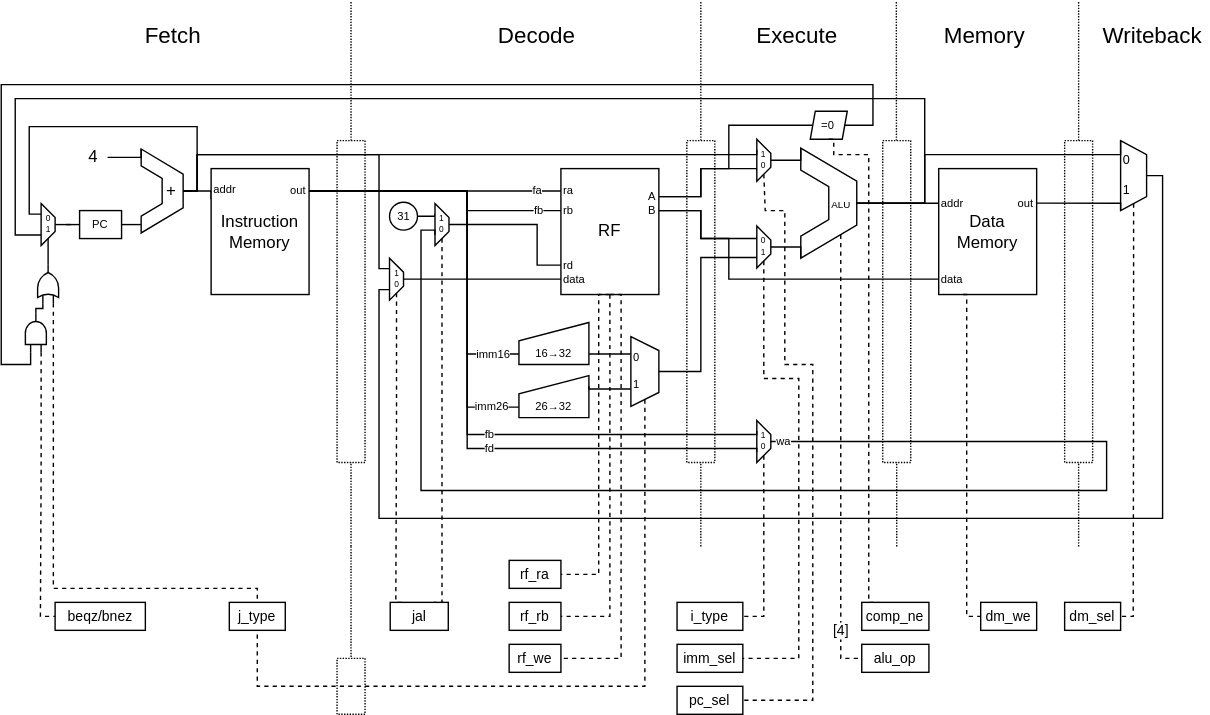
This is doc/datapath.svg from simoneruffini/MELA, a draw.io export, as it was before one commit. Source tidied: cells renumbered, new cells last; positions are measured from the earlier drawing's top-left corner, leaving out a move shared by most shapes.
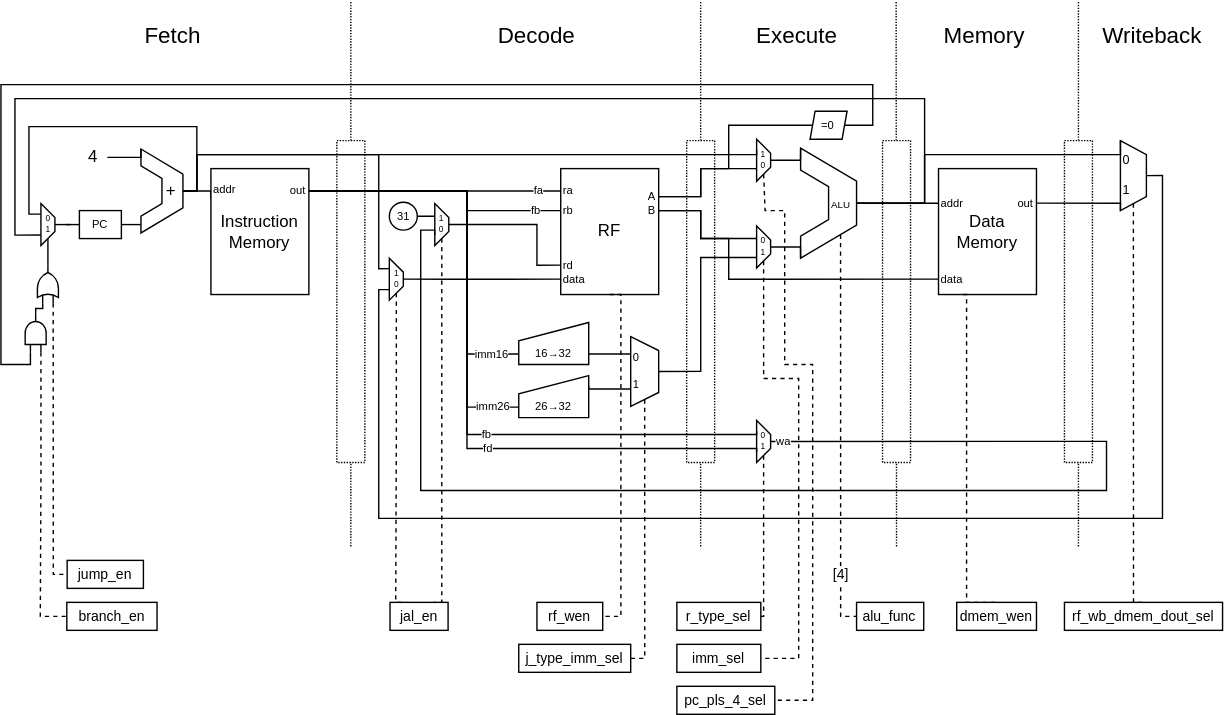
After the commit.

Commit message:
doc: update control signals

Change to the diagram source:
```diff
@@ -220,7 +220,7 @@
         </Array>
       </mxGeometry>
     </mxCell>
-    <mxCell id="45" value="1&lt;br&gt;0" style="shape=trapezoid;perimeter=trapezoidPerimeter;whiteSpace=wrap;html=1;fixedSize=1;fontSize=6;rotation=0;size=10;textRotation=90;direction=south;" parent="1" vertex="1">
+    <mxCell id="45" value="0&lt;br&gt;1" style="shape=trapezoid;perimeter=trapezoidPerimeter;whiteSpace=wrap;html=1;fixedSize=1;fontSize=6;rotation=0;size=10;textRotation=90;direction=south;" parent="1" vertex="1">
       <mxGeometry x="540" y="300" width="10" height="30" as="geometry" />
     </mxCell>
     <mxCell id="46" value="fb" style="edgeStyle=orthogonalEdgeStyle;rounded=0;jettySize=auto;html=1;exitX=1;exitY=0.5;exitDx=0;exitDy=0;fontSize=8;endArrow=none;endFill=0;entryX=0.25;entryY=1;entryDx=0;entryDy=0;align=left;" parent="1" edge="1" source="26" target="45">
@@ -419,24 +419,13 @@
       <mxGeometry x="783" y="10" width="80" height="30" as="geometry" />
     </mxCell>
     <mxCell id="86" value="Control signals" parent="0" />
-    <mxCell id="87" style="rounded=0;whiteSpace=wrap;html=1;dashed=1;dashPattern=1 1;labelBackgroundColor=default;" parent="86" vertex="1">
-      <mxGeometry x="240" y="470" width="20" height="40" as="geometry" />
-    </mxCell>
     <mxCell id="88" value="[4]" style="edgeStyle=orthogonalEdgeStyle;rounded=0;jettySize=auto;html=1;exitX=0.714;exitY=0.787;exitDx=0;exitDy=0;dashed=1;fontSize=10;startArrow=none;startFill=0;endArrow=none;endFill=0;exitPerimeter=0;labelBackgroundColor=default;entryX=0;entryY=0.5;entryDx=0;entryDy=0;" parent="86" edge="1" source="50" target="112">
-      <mxGeometry x="0.78" relative="1" as="geometry">
+      <mxGeometry x="0.71" relative="1" as="geometry">
         <Array as="points">
-          <mxPoint x="600" y="470" />
+          <mxPoint x="600" y="440" />
         </Array>
       </mxGeometry>
     </mxCell>
-    <mxCell id="89" style="edgeStyle=orthogonalEdgeStyle;rounded=0;jettySize=auto;html=1;exitX=0;exitY=0.75;exitDx=0;exitDy=0;exitPerimeter=0;fontSize=9;startArrow=none;startFill=0;endArrow=none;endFill=0;dashed=1;entryX=0.5;entryY=0;entryDx=0;entryDy=0;" parent="86" edge="1" source="14" target="102">
-      <mxGeometry relative="1" as="geometry">
-        <Array as="points">
-          <mxPoint x="37" y="420" />
-          <mxPoint x="183" y="420" />
-        </Array>
-      </mxGeometry>
-    </mxCell>
     <mxCell id="90" style="edgeStyle=orthogonalEdgeStyle;rounded=0;jettySize=auto;html=1;exitX=1;exitY=0.5;exitDx=0;exitDy=0;dashed=1;fontSize=9;startArrow=none;startFill=0;endArrow=none;endFill=0;entryX=0.25;entryY=0;entryDx=0;entryDy=0;" parent="86" edge="1" source="33" target="105">
       <mxGeometry relative="1" as="geometry">
         <Array as="points">
@@ -453,11 +442,10 @@
         </Array>
       </mxGeometry>
     </mxCell>
-    <mxCell id="92" style="edgeStyle=orthogonalEdgeStyle;rounded=0;jettySize=auto;html=1;exitX=1;exitY=0.5;exitDx=0;exitDy=0;dashed=1;fontSize=9;startArrow=none;startFill=0;endArrow=none;endFill=0;entryX=0.5;entryY=1;entryDx=0;entryDy=0;" parent="86" edge="1" source="40" target="102">
+    <mxCell id="92" style="edgeStyle=orthogonalEdgeStyle;rounded=0;jettySize=auto;html=1;exitX=1;exitY=0.5;exitDx=0;exitDy=0;dashed=1;fontSize=9;startArrow=none;startFill=0;endArrow=none;endFill=0;entryX=1;entryY=0.5;entryDx=0;entryDy=0;" parent="86" edge="1" source="40" target="102">
       <mxGeometry relative="1" as="geometry">
         <Array as="points">
-          <mxPoint x="460" y="490" />
-          <mxPoint x="183" y="490" />
+          <mxPoint x="460" y="470" />
         </Array>
       </mxGeometry>
     </mxCell>
@@ -489,56 +477,34 @@
         </Array>
       </mxGeometry>
     </mxCell>
-    <mxCell id="96" style="edgeStyle=orthogonalEdgeStyle;rounded=0;jettySize=auto;html=1;exitX=0.5;exitY=1;exitDx=0;exitDy=0;dashed=1;fontSize=9;startArrow=none;startFill=0;endArrow=none;endFill=0;entryX=0.25;entryY=0;entryDx=0;entryDy=0;" parent="86" edge="1" source="57" target="113">
-      <mxGeometry relative="1" as="geometry">
-        <Array as="points">
-          <mxPoint x="595" y="99" />
-          <mxPoint x="595" y="110" />
-          <mxPoint x="620" y="110" />
-          <mxPoint x="620" y="430" />
-        </Array>
-      </mxGeometry>
-    </mxCell>
-    <mxCell id="97" style="edgeStyle=orthogonalEdgeStyle;rounded=0;jettySize=auto;html=1;exitX=0.5;exitY=1;exitDx=0;exitDy=0;dashed=1;fontSize=9;startArrow=none;startFill=0;endArrow=none;endFill=0;entryX=1;entryY=0.5;entryDx=0;entryDy=0;" parent="86" edge="1" source="74" target="107">
-      <mxGeometry relative="1" as="geometry" />
-    </mxCell>
-    <mxCell id="98" style="edgeStyle=orthogonalEdgeStyle;rounded=0;jettySize=auto;html=1;exitX=0.5;exitY=1;exitDx=0;exitDy=0;dashed=1;fontSize=9;startArrow=none;startFill=0;endArrow=none;endFill=0;entryX=1;entryY=0.5;entryDx=0;entryDy=0;" parent="86" edge="1" source="74" target="106">
-      <mxGeometry relative="1" as="geometry">
-        <Array as="points">
-          <mxPoint x="427" y="210" />
-          <mxPoint x="427" y="410" />
-        </Array>
-      </mxGeometry>
-    </mxCell>
     <mxCell id="99" style="edgeStyle=orthogonalEdgeStyle;rounded=0;jettySize=auto;html=1;exitX=0.5;exitY=1;exitDx=0;exitDy=0;dashed=1;fontSize=9;startArrow=none;startFill=0;endArrow=none;endFill=0;entryX=1;entryY=0.5;entryDx=0;entryDy=0;" parent="86" edge="1" source="74" target="108">
       <mxGeometry relative="1" as="geometry">
         <Array as="points">
           <mxPoint x="443" y="210" />
-          <mxPoint x="443" y="470" />
+          <mxPoint x="443" y="440" />
         </Array>
       </mxGeometry>
     </mxCell>
-    <mxCell id="100" style="edgeStyle=orthogonalEdgeStyle;rounded=0;jettySize=auto;html=1;exitX=0.25;exitY=1;exitDx=0;exitDy=0;dashed=1;fontSize=9;startArrow=none;startFill=0;endArrow=none;endFill=0;entryX=0;entryY=0.5;entryDx=0;entryDy=0;" parent="86" edge="1" source="69" target="114">
+    <mxCell id="100" style="edgeStyle=orthogonalEdgeStyle;rounded=0;jettySize=auto;html=1;exitX=0.25;exitY=1;exitDx=0;exitDy=0;dashed=1;fontSize=9;startArrow=none;startFill=0;endArrow=none;endFill=0;entryX=0.5;entryY=0;entryDx=0;entryDy=0;" parent="86" edge="1" source="69" target="114">
       <mxGeometry relative="1" as="geometry">
         <Array as="points">
           <mxPoint x="690" y="210" />
-          <mxPoint x="690" y="440" />
+          <mxPoint x="690" y="430" />
         </Array>
       </mxGeometry>
     </mxCell>
-    <mxCell id="101" style="edgeStyle=orthogonalEdgeStyle;rounded=0;jettySize=auto;html=1;exitX=1;exitY=0.5;exitDx=0;exitDy=0;dashed=1;fontSize=9;startArrow=none;startFill=0;endArrow=none;endFill=0;entryX=1;entryY=0.5;entryDx=0;entryDy=0;" parent="86" edge="1" source="61" target="115">
+    <mxCell id="101" style="edgeStyle=orthogonalEdgeStyle;rounded=0;jettySize=auto;html=1;exitX=1;exitY=0.5;exitDx=0;exitDy=0;dashed=1;fontSize=9;startArrow=none;startFill=0;endArrow=none;endFill=0;entryX=0.5;entryY=0;entryDx=0;entryDy=0;" parent="86" edge="1" source="61" target="115">
       <mxGeometry relative="1" as="geometry">
         <Array as="points">
-          <mxPoint x="809" y="295" />
-          <mxPoint x="809" y="440" />
+          <mxPoint x="809" y="430" />
         </Array>
       </mxGeometry>
     </mxCell>
-    <mxCell id="102" value="j_type" style="rounded=0;whiteSpace=wrap;html=1;shadow=0;sketch=0;fillStyle=solid;fontSize=10;strokeColor=default;fillColor=default;gradientColor=none;" parent="86" vertex="1">
-      <mxGeometry x="163" y="430" width="40" height="20" as="geometry" />
+    <mxCell id="102" value="j_type_imm_sel" style="rounded=0;whiteSpace=wrap;html=1;shadow=0;sketch=0;fillStyle=solid;fontSize=10;strokeColor=default;fillColor=default;gradientColor=none;" parent="86" vertex="1">
+      <mxGeometry x="370" y="460" width="80" height="20" as="geometry" />
     </mxCell>
-    <mxCell id="103" value="beqz/bnez" style="rounded=0;whiteSpace=wrap;html=1;shadow=0;sketch=0;fillStyle=solid;fontSize=10;strokeColor=default;fillColor=default;gradientColor=none;" parent="86" vertex="1">
-      <mxGeometry x="38.5" y="430" width="64.5" height="20" as="geometry" />
+    <mxCell id="103" value="branch_en" style="rounded=0;whiteSpace=wrap;html=1;shadow=0;sketch=0;fillStyle=solid;fontSize=10;strokeColor=default;fillColor=default;gradientColor=none;" parent="86" vertex="1">
+      <mxGeometry x="47" y="430" width="64.5" height="20" as="geometry" />
     </mxCell>
     <mxCell id="104" style="edgeStyle=orthogonalEdgeStyle;rounded=0;jettySize=auto;html=1;exitX=0;exitY=0.75;exitDx=0;exitDy=0;exitPerimeter=0;entryX=0;entryY=0.5;entryDx=0;entryDy=0;dashed=1;labelBackgroundColor=default;fontSize=10;startArrow=none;startFill=0;endArrow=none;endFill=0;" parent="86" edge="1" source="16" target="103">
       <mxGeometry relative="1" as="geometry">
@@ -549,43 +515,39 @@
         </Array>
       </mxGeometry>
     </mxCell>
-    <mxCell id="105" value="jal" style="rounded=0;whiteSpace=wrap;html=1;shadow=0;sketch=0;fillStyle=solid;fontSize=10;strokeColor=default;fillColor=default;gradientColor=none;" parent="86" vertex="1">
+    <mxCell id="105" value="jal_en" style="rounded=0;whiteSpace=wrap;html=1;shadow=0;sketch=0;fillStyle=solid;fontSize=10;strokeColor=default;fillColor=default;gradientColor=none;" parent="86" vertex="1">
       <mxGeometry x="278" y="430" width="41.5" height="20" as="geometry" />
     </mxCell>
-    <mxCell id="106" value="rf_ra" style="rounded=0;whiteSpace=wrap;html=1;shadow=0;sketch=0;fillStyle=solid;fontSize=10;strokeColor=default;fillColor=default;gradientColor=none;" parent="86" vertex="1">
-      <mxGeometry x="363" y="400" width="37" height="20" as="geometry" />
-    </mxCell>
-    <mxCell id="107" value="rf_rb" style="rounded=0;whiteSpace=wrap;html=1;shadow=0;sketch=0;fillStyle=solid;fontSize=10;strokeColor=default;fillColor=default;gradientColor=none;" parent="86" vertex="1">
-      <mxGeometry x="363" y="430" width="37" height="20" as="geometry" />
-    </mxCell>
-    <mxCell id="108" value="rf_we" style="rounded=0;whiteSpace=wrap;html=1;shadow=0;sketch=0;fillStyle=solid;fontSize=10;strokeColor=default;fillColor=default;gradientColor=none;" parent="86" vertex="1">
-      <mxGeometry x="363" y="460" width="37" height="20" as="geometry" />
+    <mxCell id="108" value="rf_wen" style="rounded=0;whiteSpace=wrap;html=1;shadow=0;sketch=0;fillStyle=solid;fontSize=10;strokeColor=default;fillColor=default;gradientColor=none;" parent="86" vertex="1">
+      <mxGeometry x="383" y="430" width="47" height="20" as="geometry" />
     </mxCell>
-    <mxCell id="109" value="i_type" style="rounded=0;whiteSpace=wrap;html=1;shadow=0;sketch=0;fillStyle=solid;fontSize=10;strokeColor=default;fillColor=default;gradientColor=none;" parent="86" vertex="1">
-      <mxGeometry x="483" y="430" width="47" height="20" as="geometry" />
+    <mxCell id="109" value="r_type_sel" style="rounded=0;whiteSpace=wrap;html=1;shadow=0;sketch=0;fillStyle=solid;fontSize=10;strokeColor=default;fillColor=default;gradientColor=none;" parent="86" vertex="1">
+      <mxGeometry x="483" y="430" width="60" height="20" as="geometry" />
     </mxCell>
     <mxCell id="110" value="imm_sel" style="rounded=0;whiteSpace=wrap;html=1;shadow=0;sketch=0;fillStyle=solid;fontSize=10;strokeColor=default;fillColor=default;gradientColor=none;" parent="86" vertex="1">
-      <mxGeometry x="483" y="460" width="47" height="20" as="geometry" />
+      <mxGeometry x="483" y="460" width="60" height="20" as="geometry" />
     </mxCell>
-    <mxCell id="111" value="pc_sel" style="rounded=0;whiteSpace=wrap;html=1;shadow=0;sketch=0;fillStyle=solid;fontSize=10;strokeColor=default;fillColor=default;gradientColor=none;" parent="86" vertex="1">
-      <mxGeometry x="483" y="490" width="47" height="20" as="geometry" />
+    <mxCell id="111" value="pc_pls_4_sel" style="rounded=0;whiteSpace=wrap;html=1;shadow=0;sketch=0;fillStyle=solid;fontSize=10;strokeColor=default;fillColor=default;gradientColor=none;" parent="86" vertex="1">
+      <mxGeometry x="483" y="490" width="70" height="20" as="geometry" />
     </mxCell>
-    <mxCell id="112" value="alu_op" style="rounded=0;whiteSpace=wrap;html=1;shadow=0;sketch=0;fillStyle=solid;fontSize=10;strokeColor=default;fillColor=default;gradientColor=none;" parent="86" vertex="1">
-      <mxGeometry x="615" y="460" width="48" height="20" as="geometry" />
+    <mxCell id="112" value="alu_func" style="rounded=0;whiteSpace=wrap;html=1;shadow=0;sketch=0;fillStyle=solid;fontSize=10;strokeColor=default;fillColor=default;gradientColor=none;" parent="86" vertex="1">
+      <mxGeometry x="611.4" y="430" width="48" height="20" as="geometry" />
     </mxCell>
-    <mxCell id="113" value="comp_ne" style="rounded=0;whiteSpace=wrap;html=1;shadow=0;sketch=0;fillStyle=solid;fontSize=10;strokeColor=default;fillColor=default;gradientColor=none;labelBackgroundColor=default;" parent="86" vertex="1">
-      <mxGeometry x="615" y="430" width="48" height="20" as="geometry" />
-    </mxCell>
-    <mxCell id="114" value="dm_we" style="rounded=0;whiteSpace=wrap;html=1;shadow=0;sketch=0;fillStyle=solid;fontSize=10;strokeColor=default;fillColor=default;gradientColor=none;" parent="86" vertex="1">
-      <mxGeometry x="700" y="430" width="40" height="20" as="geometry" />
+    <mxCell id="114" value="dmem_wen" style="rounded=0;whiteSpace=wrap;html=1;shadow=0;sketch=0;fillStyle=solid;fontSize=10;strokeColor=default;fillColor=default;gradientColor=none;" parent="86" vertex="1">
+      <mxGeometry x="683" y="430" width="57" height="20" as="geometry" />
     </mxCell>
-    <mxCell id="115" value="dm_sel" style="rounded=0;whiteSpace=wrap;html=1;shadow=0;sketch=0;fillStyle=solid;fontSize=10;strokeColor=default;fillColor=default;gradientColor=none;labelBackgroundColor=default;" parent="86" vertex="1">
-      <mxGeometry x="760" y="430" width="40" height="20" as="geometry" />
+    <mxCell id="115" value="rf_wb_dmem_dout_sel" style="rounded=0;whiteSpace=wrap;html=1;shadow=0;sketch=0;fillStyle=solid;fontSize=10;strokeColor=default;fillColor=default;gradientColor=none;labelBackgroundColor=default;" parent="86" vertex="1">
+      <mxGeometry x="760" y="430" width="113" height="20" as="geometry" />
     </mxCell>
-    <mxCell id="116" style="endArrow=none;dashed=1;html=1;dashPattern=1 1;strokeWidth=1;rounded=0;entryX=0.5;entryY=0;entryDx=0;entryDy=0;" parent="86" edge="1" target="87">
-      <mxGeometry relative="1" as="geometry">
-        <mxPoint x="250" y="390" as="sourcePoint" />
-      </mxGeometry>
-    </mxCell>
+    <mxCell id="89" style="edgeStyle=orthogonalEdgeStyle;rounded=0;jettySize=auto;html=1;exitX=0;exitY=0.75;exitDx=0;exitDy=0;exitPerimeter=0;fontSize=9;startArrow=none;startFill=0;endArrow=none;endFill=0;dashed=1;entryX=0;entryY=0.5;entryDx=0;entryDy=0;" parent="86" edge="1" source="14" target="117">
+      <mxGeometry relative="1" as="geometry">
+        <Array as="points">
+          <mxPoint x="37" y="410" />
+        </Array>
+      </mxGeometry>
+    </mxCell>
+    <mxCell id="117" value="jump_en" style="rounded=0;whiteSpace=wrap;html=1;shadow=0;sketch=0;fillStyle=solid;fontSize=10;strokeColor=default;fillColor=default;gradientColor=none;" parent="86" vertex="1">
+      <mxGeometry x="47.2" y="400" width="54.5" height="20" as="geometry" />
+    </mxCell>
   </root>
 </mxGraphModel>
```
